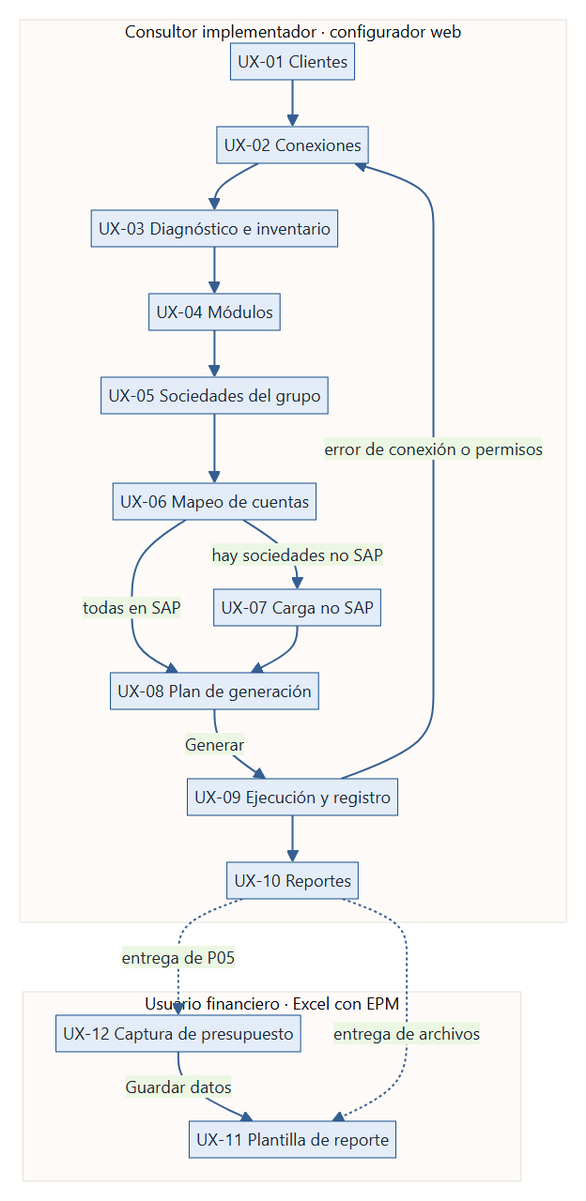
Before: docs/03-diseno-ux/diagramas/D0_navegacion.png, a diagram exported from Mermaid (luismaurycm/german). Its source is kept beside it as docs/03-diseno-ux/diagramas/D0_navegacion.mmd. Its diagram source:
```mermaid
flowchart TB
  subgraph CI["Consultor implementador · configurador web"]
    U1["UX-01 Clientes"] --> U2["UX-02 Conexiones"]
    U2 --> U3["UX-03 Diagnóstico e inventario"]
    U3 --> U4["UX-04 Módulos"]
    U4 --> U5["UX-05 Sociedades del grupo"]
    U5 --> U6["UX-06 Mapeo de cuentas"]
    U6 -->|"hay sociedades no SAP"| U7["UX-07 Carga no SAP"]
    U6 -->|"todas en SAP"| U8["UX-08 Plan de generación"]
    U7 --> U8
    U8 -->|"Generar"| U9["UX-09 Ejecución y registro"]
    U9 -->|"error de conexión o permisos"| U2
    U9 --> U10["UX-10 Reportes"]
  end
  subgraph UF["Usuario financiero · Excel con EPM"]
    U11["UX-11 Plantilla de reporte"]
    U12["UX-12 Captura de presupuesto"]
    U12 -->|"Guardar datos"| U11
  end
  U10 -.->|"entrega de archivos"| U11
  U10 -.->|"entrega de P05"| U12
```
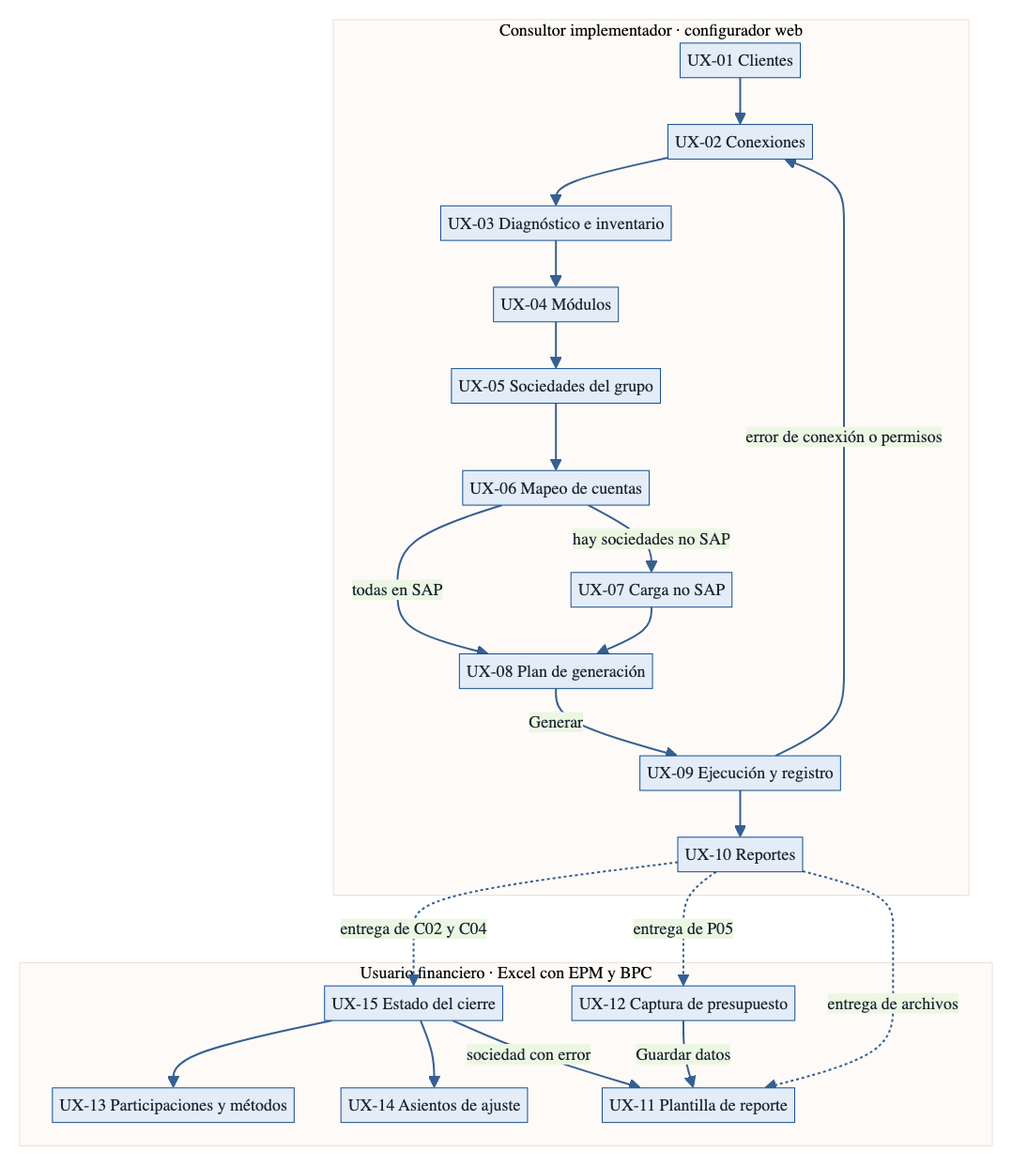
The same file after the commit.

The edit, as a diff of the source:
```diff
@@ -12,10 +12,17 @@
     U9 -->|"error de conexión o permisos"| U2
     U9 --> U10["UX-10 Reportes"]
   end
-  subgraph UF["Usuario financiero · Excel con EPM"]
+  subgraph UF["Usuario financiero · Excel con EPM y BPC"]
+    U15["UX-15 Estado del cierre"]
+    U13["UX-13 Participaciones y métodos"]
+    U14["UX-14 Asientos de ajuste"]
     U11["UX-11 Plantilla de reporte"]
     U12["UX-12 Captura de presupuesto"]
+    U15 --> U13
+    U15 --> U14
+    U15 -->|"sociedad con error"| U11
     U12 -->|"Guardar datos"| U11
   end
   U10 -.->|"entrega de archivos"| U11
   U10 -.->|"entrega de P05"| U12
+  U10 -.->|"entrega de C02 y C04"| U15
```
